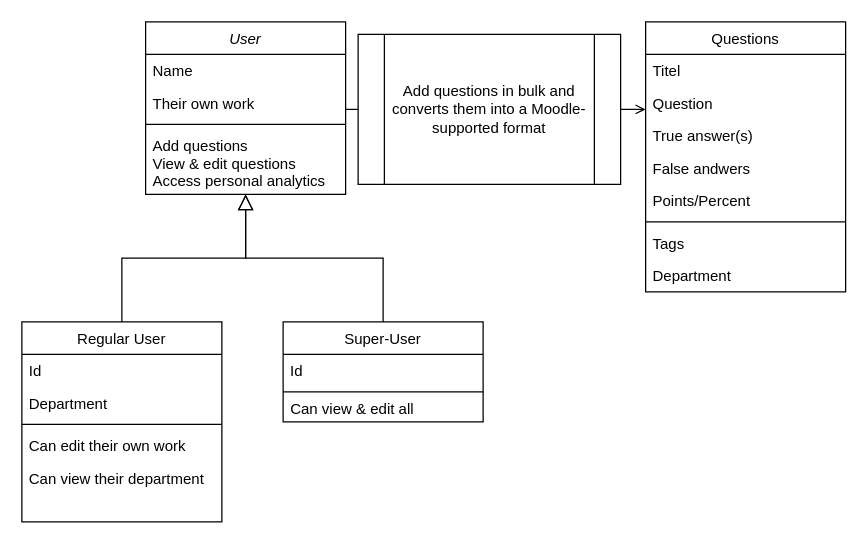
Before: Untitled Diagram.drawio in andirea19/pflichtuebungen, a draw.io diagram. Source tidied: cells renumbered, new cells numbered last; positions are measured from the earlier drawing's top-left corner, leaving out a move shared by most shapes. Both pictures are drawn from the tidied source at 125%, with x=0, y=0 at pixel (21, 21).
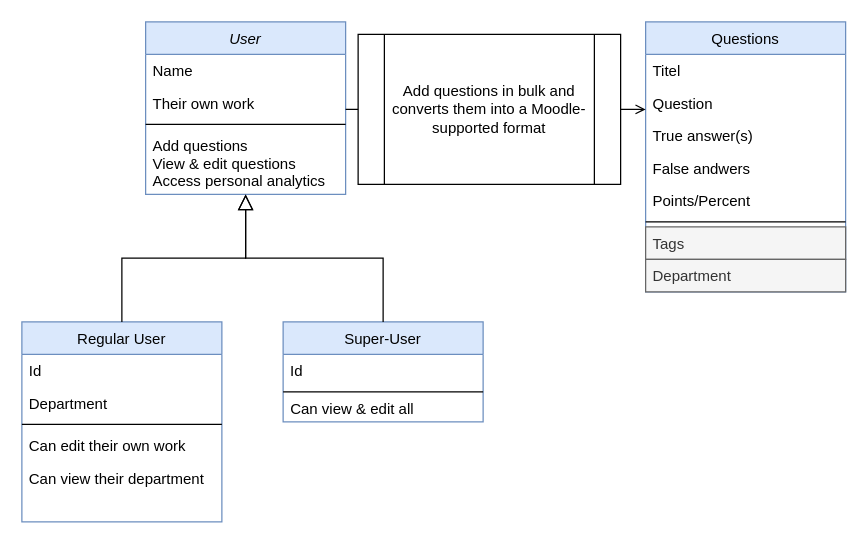
The same diagram, later.

Diff of the diagram source:
```diff
@@
-    <mxCell id="2" value="User" style="swimlane;fontStyle=2;align=center;verticalAlign=top;horizontal=1;startSize=26;rounded=0;shadow=0;strokeWidth=1;" parent="1" vertex="1">
+    <mxCell id="2" value="User" style="swimlane;fontStyle=2;align=center;verticalAlign=top;horizontal=1;startSize=26;rounded=0;shadow=0;strokeWidth=1;fillColor=#dae8fc;strokeColor=#6c8ebf;" parent="1" vertex="1">
       <mxGeometry x="99" width="160" height="138" as="geometry" />
     </mxCell>
@@
-    <mxCell id="7" value="Regular User" style="swimlane;fontStyle=0;align=center;verticalAlign=top;horizontal=1;startSize=26;rounded=0;shadow=0;strokeWidth=1;" parent="1" vertex="1">
+    <mxCell id="7" value="Regular User" style="swimlane;fontStyle=0;align=center;verticalAlign=top;horizontal=1;startSize=26;rounded=0;shadow=0;strokeWidth=1;fillColor=#dae8fc;strokeColor=#6c8ebf;" parent="1" vertex="1">
       <mxGeometry y="240" width="160" height="160" as="geometry" />
     </mxCell>
@@
     <mxCell id="12" value="Can view their department" style="text;align=left;verticalAlign=top;spacingLeft=4;spacingRight=4;overflow=hidden;" parent="7" vertex="1">
-      <mxGeometry y="112" width="160" height="48" as="geometry" />
+      <mxGeometry y="112" width="160" height="28" as="geometry" />
     </mxCell>
@@
-    <mxCell id="14" value="Super-User" style="swimlane;fontStyle=0;align=center;verticalAlign=top;horizontal=1;startSize=26;rounded=0;shadow=0;strokeWidth=1;" parent="1" vertex="1">
+    <mxCell id="14" value="Super-User" style="swimlane;fontStyle=0;align=center;verticalAlign=top;horizontal=1;startSize=26;rounded=0;shadow=0;strokeWidth=1;fillColor=#dae8fc;strokeColor=#6c8ebf;" parent="1" vertex="1">
       <mxGeometry x="209" y="240" width="160" height="80" as="geometry" />
     </mxCell>
@@
-    <mxCell id="18" value="Questions" style="swimlane;fontStyle=0;align=center;verticalAlign=top;horizontal=1;startSize=26;rounded=0;shadow=0;strokeWidth=1;" parent="1" vertex="1">
+    <mxCell id="18" value="Questions" style="swimlane;fontStyle=0;align=center;verticalAlign=top;horizontal=1;startSize=26;rounded=0;shadow=0;strokeWidth=1;fillColor=#dae8fc;strokeColor=#6c8ebf;" parent="1" vertex="1">
       <mxGeometry x="499" width="160" height="216" as="geometry" />
     </mxCell>
@@
-    <mxCell id="25" value="Tags" style="text;align=left;verticalAlign=top;spacingLeft=4;spacingRight=4;overflow=hidden;" parent="18" vertex="1">
+    <mxCell id="25" value="Tags" style="text;align=left;verticalAlign=top;spacingLeft=4;spacingRight=4;overflow=hidden;rounded=0;glass=0;fillColor=#f5f5f5;fontColor=#333333;strokeColor=#666666;" parent="18" vertex="1">
       <mxGeometry y="164" width="160" height="26" as="geometry" />
     </mxCell>
-    <mxCell id="26" value="Department" style="text;align=left;verticalAlign=top;spacingLeft=4;spacingRight=4;overflow=hidden;" parent="18" vertex="1">
+    <mxCell id="26" value="Department" style="text;align=left;verticalAlign=top;spacingLeft=4;spacingRight=4;overflow=hidden;fillColor=#f5f5f5;fontColor=#333333;strokeColor=#666666;" parent="18" vertex="1">
       <mxGeometry y="190" width="160" height="26" as="geometry" />
     </mxCell>
```
